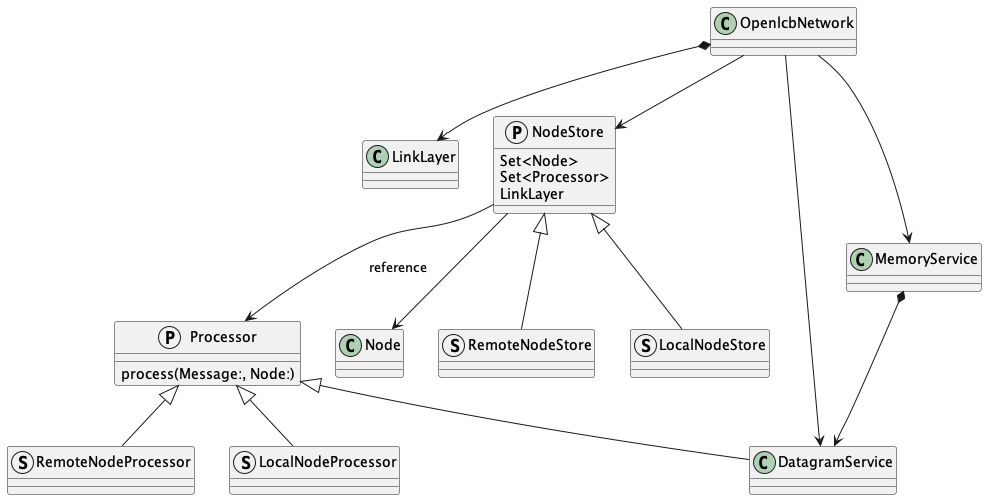
Earlier version of the PlantUML export Sources/OpenlcbLibrary/Documentation.docc/Classes.png (bobjacobsen/OpenlcbLibrary).
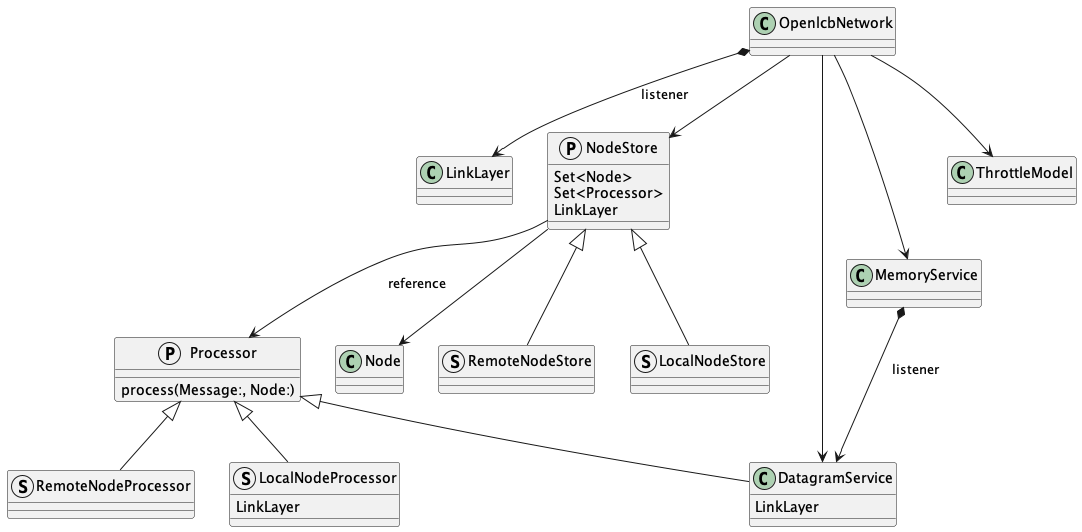
The same file after the commit.

What changed in the source:
```diff
@@ -6,8 +6,10 @@
 Processor : process(Message:, Node:)
 
 struct RemoteNodeProcessor
+Processor <|-- RemoteNodeProcessor
+
 struct LocalNodeProcessor
-Processor <|-- RemoteNodeProcessor
+LocalNodeProcessor : LinkLayer
 Processor <|-- LocalNodeProcessor
 
 class Node
@@ -18,24 +20,28 @@
 NodeStore : LinkLayer
 
 struct RemoteNodeStore
+
 NodeStore <|-- RemoteNodeStore
 struct LocalNodeStore
 NodeStore <|-- LocalNodeStore
 
 class DatagramService
+DatagramService : LinkLayer
 class MemoryService
+class ThrottleModel
 
 NodeStore --> Node
 NodeStore --> Processor : reference
 
 class OpenlcbNetwork
-OpenlcbNetwork *--> LinkLayer
+OpenlcbNetwork *--> LinkLayer : listener
 OpenlcbNetwork --> NodeStore
 OpenlcbNetwork --> DatagramService
 OpenlcbNetwork --> MemoryService
+OpenlcbNetwork --> ThrottleModel
 
 Processor <|-- DatagramService
 
-MemoryService *-->  DatagramService
+MemoryService *-->  DatagramService : listener
 
 @enduml
```
